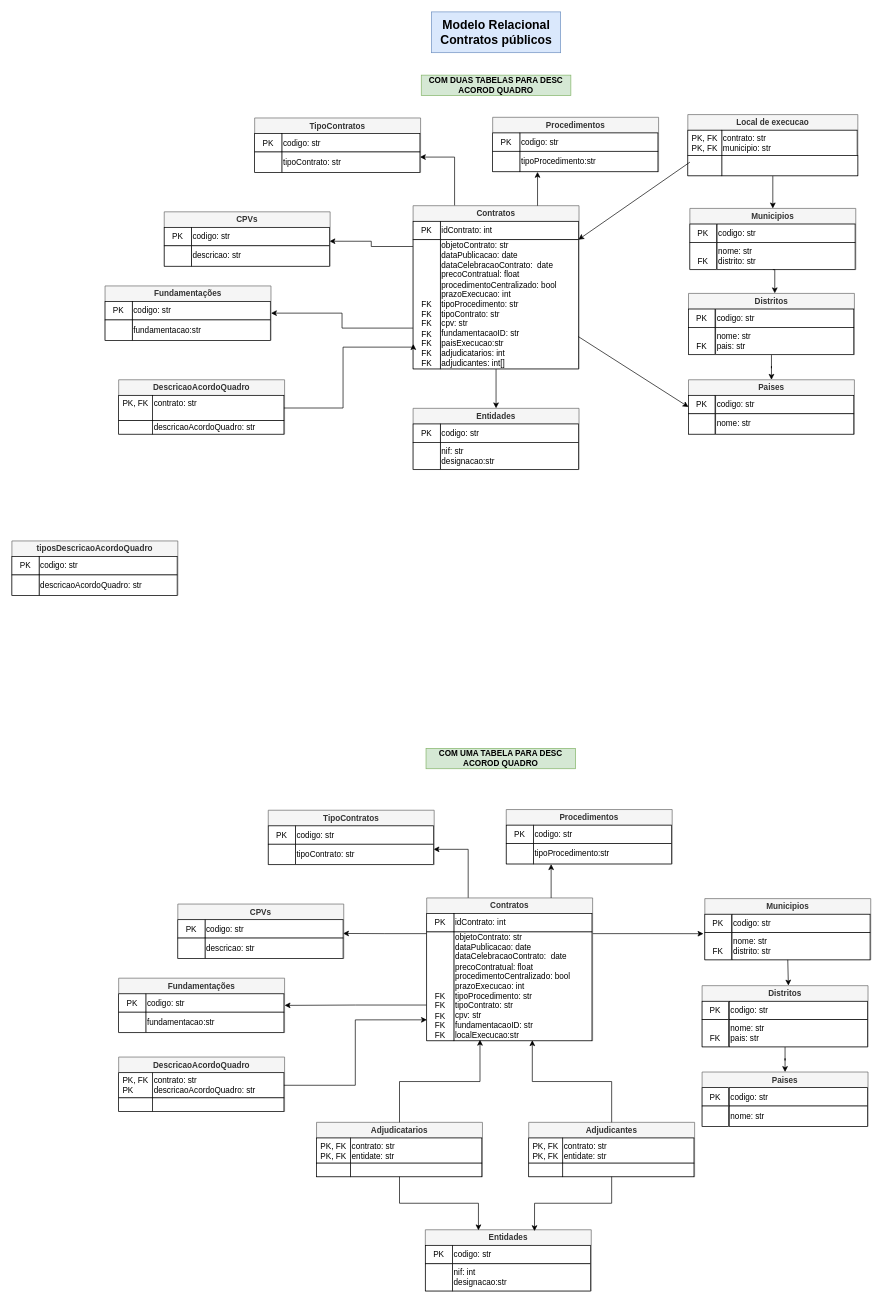
This is modelo-relacional/contratos-publicos-modelo-relacionalv1.drawio from bzabot/public-contracts-db, a draw.io file, before an edit. Source tidied: cells renumbered, new cells numbered last; positions are measured from the earlier drawing's top-left corner, leaving out a move shared by most shapes. Both pictures are drawn from the tidied source at 68%, with x=0, y=0 at pixel (12, 12).
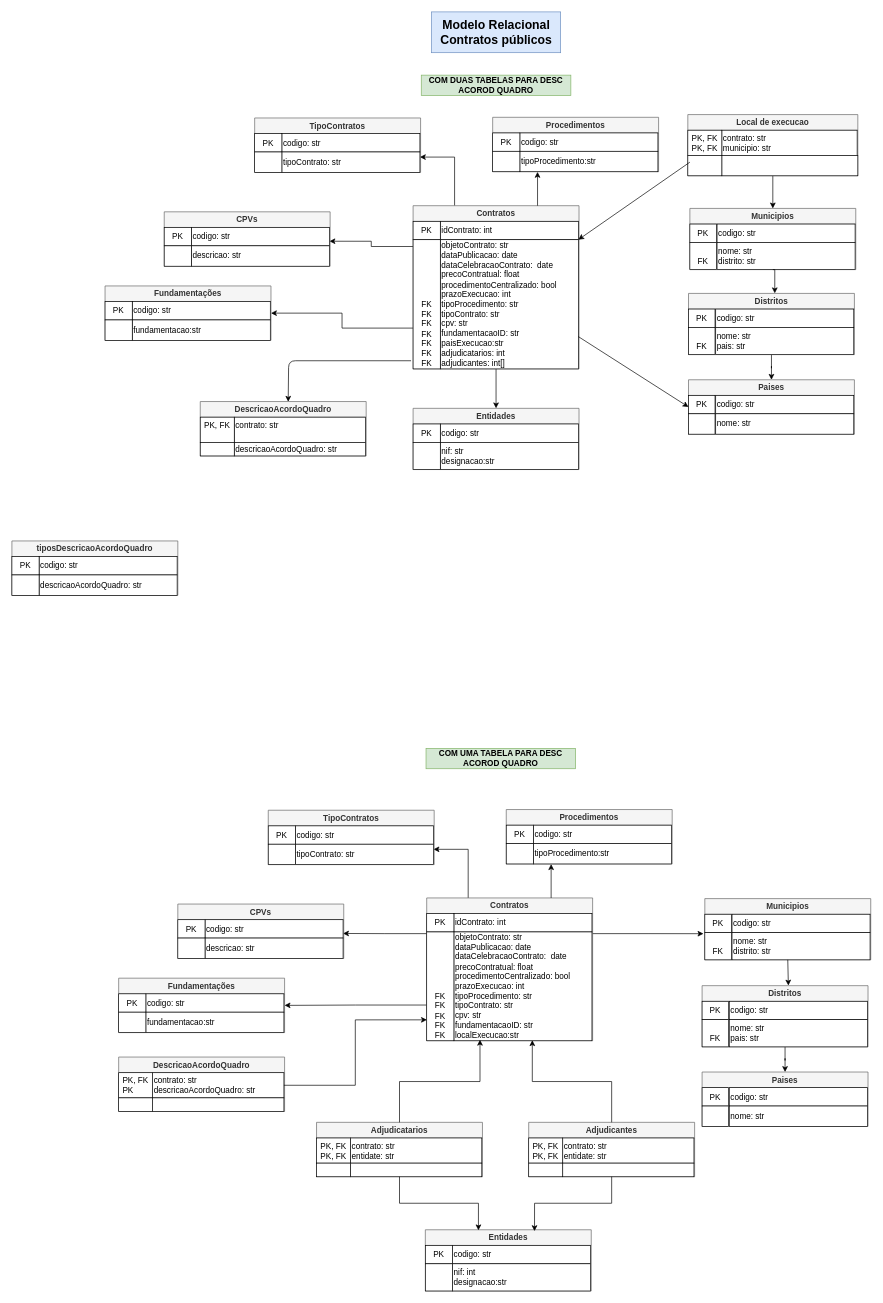
After the change.

The change refers to these unchanged cells:
```xml
<mxCell id="10" value="&lt;div style=&quot;text-align: left; line-height: 120%;&quot;&gt;&lt;br&gt;&lt;/div&gt;&lt;div style=&quot;text-align: left; line-height: 120%;&quot;&gt;&lt;br&gt;&lt;/div&gt;&lt;div style=&quot;text-align: left; line-height: 120%;&quot;&gt;&lt;br&gt;&lt;/div&gt;&lt;div style=&quot;text-align: left; line-height: 120%;&quot;&gt;&lt;br&gt;&lt;/div&gt;&lt;div style=&quot;text-align: left; line-height: 120%;&quot;&gt;&lt;br&gt;&lt;/div&gt;&lt;div style=&quot;text-align: left; line-height: 120%;&quot;&gt;&lt;br&gt;&lt;/div&gt;&lt;div style=&quot;text-align: left; line-height: 120%;&quot;&gt;&lt;span style=&quot;background-color: initial;&quot;&gt;FK&lt;/span&gt;&lt;/div&gt;&lt;div style=&quot;text-align: left; line-height: 120%;&quot;&gt;FK&lt;/div&gt;&lt;div style=&quot;text-align: left; line-height: 120%;&quot;&gt;FK&lt;/div&gt;&lt;div style=&quot;text-align: left; line-height: 120%;&quot;&gt;FK&lt;/div&gt;&lt;div style=&quot;text-align: left; line-height: 120%;&quot;&gt;FK&lt;/div&gt;&lt;div style=&quot;text-align: left; line-height: 120%;&quot;&gt;FK&lt;/div&gt;&lt;div style=&quot;text-align: left; line-height: 120%;&quot;&gt;FK&lt;/div&gt;" style="rounded=0;whiteSpace=wrap;html=1;" parent="6" vertex="1">
  <mxGeometry y="50" width="40" height="190" as="geometry" />
</mxCell>
<mxCell id="61" value="contrato: str&lt;div&gt;&lt;br&gt;&lt;/div&gt;" style="whiteSpace=wrap;html=1;align=left;" parent="60" vertex="1">
  <mxGeometry x="50" y="23" width="193" height="37" as="geometry" />
</mxCell>
```

Diff of the diagram source:
```diff
@@
     <mxCell id="60" value="DescricaoAcordoQuadro" style="swimlane;whiteSpace=wrap;html=1;fillColor=#f5f5f5;fontColor=#333333;strokeColor=#666666;" parent="1" vertex="1">
-      <mxGeometry x="157" y="541" width="244" height="80" as="geometry" />
+      <mxGeometry x="277" y="573" width="244" height="80" as="geometry" />
     </mxCell>
@@
-    <mxCell id="65" style="edgeStyle=orthogonalEdgeStyle;rounded=0;jettySize=auto;html=1;exitX=1;exitY=0.5;exitDx=0;exitDy=0;entryX=0.008;entryY=0.808;entryDx=0;entryDy=0;entryPerimeter=0;" parent="1" edge="1" source="61" target="10">
-      <mxGeometry relative="1" as="geometry">
-        <Array as="points">
-          <mxPoint x="487" y="583" />
-          <mxPoint x="487" y="493" />
-          <mxPoint x="590" y="493" />
-        </Array>
-      </mxGeometry>
-    </mxCell>
@@
+    <mxCell id="148" style="edgeStyle=none;html=1;entryX=0.53;entryY=0.004;entryDx=0;entryDy=0;entryPerimeter=0;" parent="1" edge="1" target="60">
+      <mxGeometry relative="1" as="geometry">
+        <mxPoint x="587" y="513" as="sourcePoint" />
+        <Array as="points">
+          <mxPoint x="407" y="513" />
+        </Array>
+      </mxGeometry>
+    </mxCell>
```
